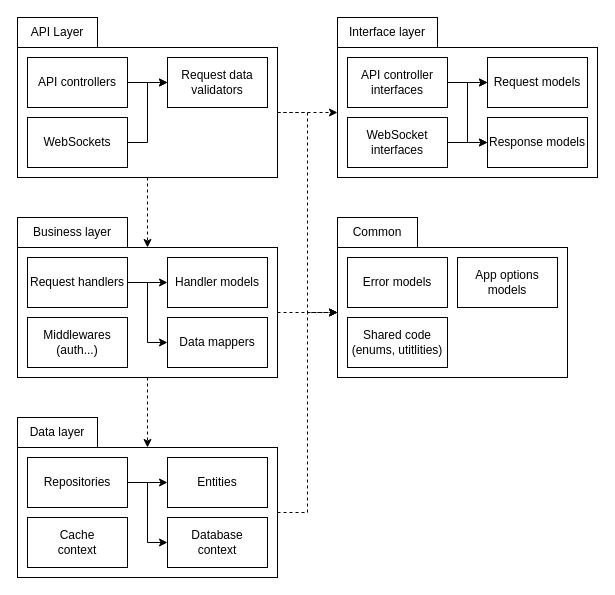
This is doc/design/server_architecture.drawio from Revarin/dp24-milapp-perina, a draw.io file, before an edit. Source tidied: cells renumbered, new cells numbered last; positions are measured from the earlier drawing's top-left corner, leaving out a move shared by most shapes. Both pictures are drawn from the tidied source at 100%, with x=0, y=0 at pixel (17, 17).
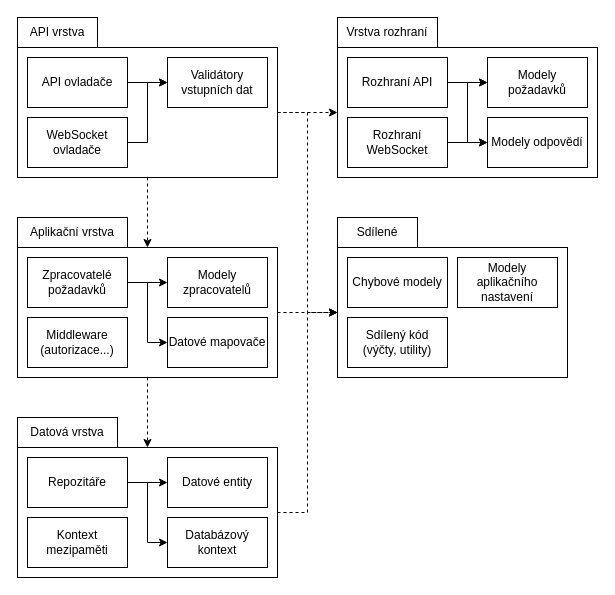
After the change.

What changed in the source:
```diff
@@
-    <mxCell id="2" value="API Layer" style="rounded=0;whiteSpace=wrap;html=1;" parent="1" vertex="1">
+    <mxCell id="2" value="API vrstva" style="rounded=0;whiteSpace=wrap;html=1;" parent="1" vertex="1">
       <mxGeometry width="80" height="30" as="geometry" />
     </mxCell>
@@
-    <mxCell id="8" value="API controllers" style="rounded=0;whiteSpace=wrap;html=1;" parent="1" vertex="1">
+    <mxCell id="8" value="API ovladače" style="rounded=0;whiteSpace=wrap;html=1;" parent="1" vertex="1">
       <mxGeometry x="10" y="40" width="100" height="50" as="geometry" />
     </mxCell>
@@
-    <mxCell id="10" value="WebSockets" style="rounded=0;whiteSpace=wrap;html=1;" parent="1" vertex="1">
+    <mxCell id="10" value="WebSocket ovladače" style="rounded=0;whiteSpace=wrap;html=1;" parent="1" vertex="1">
       <mxGeometry x="10" y="100" width="100" height="50" as="geometry" />
     </mxCell>
-    <mxCell id="11" value="Request data validators" style="rounded=0;whiteSpace=wrap;html=1;" parent="1" vertex="1">
+    <mxCell id="11" value="Validátory vstupních dat" style="rounded=0;whiteSpace=wrap;html=1;" parent="1" vertex="1">
       <mxGeometry x="150" y="40" width="100" height="50" as="geometry" />
     </mxCell>
-    <mxCell id="12" value="Business layer" style="rounded=0;whiteSpace=wrap;html=1;" parent="1" vertex="1">
+    <mxCell id="12" value="Aplikační vrstva" style="rounded=0;whiteSpace=wrap;html=1;" parent="1" vertex="1">
       <mxGeometry y="200" width="110" height="30" as="geometry" />
     </mxCell>
@@
-    <mxCell id="18" value="Request handlers" style="rounded=0;whiteSpace=wrap;html=1;" parent="1" vertex="1">
+    <mxCell id="18" value="Zpracovatelé požadavků" style="rounded=0;whiteSpace=wrap;html=1;" parent="1" vertex="1">
       <mxGeometry x="10" y="240" width="100" height="50" as="geometry" />
     </mxCell>
-    <mxCell id="19" value="Handler models" style="rounded=0;whiteSpace=wrap;html=1;" parent="1" vertex="1">
+    <mxCell id="19" value="Modely zpracovatelů" style="rounded=0;whiteSpace=wrap;html=1;" parent="1" vertex="1">
       <mxGeometry x="150" y="240" width="100" height="50" as="geometry" />
     </mxCell>
-    <mxCell id="20" value="Data mappers" style="rounded=0;whiteSpace=wrap;html=1;" parent="1" vertex="1">
+    <mxCell id="20" value="Datové mapovače" style="rounded=0;whiteSpace=wrap;html=1;" parent="1" vertex="1">
       <mxGeometry x="150" y="300" width="100" height="50" as="geometry" />
     </mxCell>
-    <mxCell id="21" value="Middlewares&lt;br&gt;(auth...)" style="rounded=0;whiteSpace=wrap;html=1;" parent="1" vertex="1">
+    <mxCell id="21" value="Middleware&lt;br&gt;(autorizace...)" style="rounded=0;whiteSpace=wrap;html=1;" parent="1" vertex="1">
       <mxGeometry x="10" y="300" width="100" height="50" as="geometry" />
     </mxCell>
-    <mxCell id="22" value="Data layer" style="rounded=0;whiteSpace=wrap;html=1;" parent="1" vertex="1">
-      <mxGeometry y="400" width="80" height="30" as="geometry" />
+    <mxCell id="22" value="Datová vrstva" style="rounded=0;whiteSpace=wrap;html=1;" parent="1" vertex="1">
+      <mxGeometry y="400" width="100" height="30" as="geometry" />
     </mxCell>
@@
-    <mxCell id="27" value="Repositories" style="rounded=0;whiteSpace=wrap;html=1;" parent="1" vertex="1">
+    <mxCell id="27" value="Repozitáře" style="rounded=0;whiteSpace=wrap;html=1;" parent="1" vertex="1">
       <mxGeometry x="10" y="440" width="100" height="50" as="geometry" />
     </mxCell>
-    <mxCell id="28" value="Entities" style="rounded=0;whiteSpace=wrap;html=1;" parent="1" vertex="1">
+    <mxCell id="28" value="Datové entity" style="rounded=0;whiteSpace=wrap;html=1;" parent="1" vertex="1">
       <mxGeometry x="150" y="440" width="100" height="50" as="geometry" />
     </mxCell>
-    <mxCell id="29" value="Database&lt;br&gt;context" style="rounded=0;whiteSpace=wrap;html=1;" parent="1" vertex="1">
+    <mxCell id="29" value="Databázový kontext" style="rounded=0;whiteSpace=wrap;html=1;" parent="1" vertex="1">
       <mxGeometry x="150" y="500" width="100" height="50" as="geometry" />
     </mxCell>
-    <mxCell id="30" value="Cache&lt;br&gt;context" style="rounded=0;whiteSpace=wrap;html=1;" parent="1" vertex="1">
+    <mxCell id="30" value="Kontext mezipaměti" style="rounded=0;whiteSpace=wrap;html=1;" parent="1" vertex="1">
       <mxGeometry x="10" y="500" width="100" height="50" as="geometry" />
     </mxCell>
-    <mxCell id="31" value="Interface layer" style="rounded=0;whiteSpace=wrap;html=1;" parent="1" vertex="1">
+    <mxCell id="31" value="Vrstva rozhraní" style="rounded=0;whiteSpace=wrap;html=1;" parent="1" vertex="1">
       <mxGeometry x="320" width="100" height="30" as="geometry" />
     </mxCell>
@@
-    <mxCell id="35" value="API controller interfaces" style="rounded=0;whiteSpace=wrap;html=1;" parent="1" vertex="1">
+    <mxCell id="35" value="Rozhraní API" style="rounded=0;whiteSpace=wrap;html=1;" parent="1" vertex="1">
       <mxGeometry x="330" y="40" width="100" height="50" as="geometry" />
     </mxCell>
@@
-    <mxCell id="38" value="WebSocket interfaces" style="rounded=0;whiteSpace=wrap;html=1;" parent="1" vertex="1">
+    <mxCell id="38" value="Rozhraní WebSocket" style="rounded=0;whiteSpace=wrap;html=1;" parent="1" vertex="1">
       <mxGeometry x="330" y="100" width="100" height="50" as="geometry" />
     </mxCell>
-    <mxCell id="39" value="Request models" style="rounded=0;whiteSpace=wrap;html=1;" parent="1" vertex="1">
+    <mxCell id="39" value="Modely požadavků" style="rounded=0;whiteSpace=wrap;html=1;" parent="1" vertex="1">
       <mxGeometry x="470" y="40" width="100" height="50" as="geometry" />
     </mxCell>
-    <mxCell id="40" value="Response models" style="rounded=0;whiteSpace=wrap;html=1;" parent="1" vertex="1">
+    <mxCell id="40" value="Modely odpovědí" style="rounded=0;whiteSpace=wrap;html=1;" parent="1" vertex="1">
       <mxGeometry x="470" y="100" width="100" height="50" as="geometry" />
     </mxCell>
-    <mxCell id="41" value="Common" style="rounded=0;whiteSpace=wrap;html=1;" parent="1" vertex="1">
+    <mxCell id="41" value="Sdílené" style="rounded=0;whiteSpace=wrap;html=1;" parent="1" vertex="1">
       <mxGeometry x="320" y="200" width="80" height="30" as="geometry" />
     </mxCell>
@@
-    <mxCell id="43" value="Error models" style="rounded=0;whiteSpace=wrap;html=1;" parent="1" vertex="1">
+    <mxCell id="43" value="Chybové modely" style="rounded=0;whiteSpace=wrap;html=1;" parent="1" vertex="1">
       <mxGeometry x="330" y="240" width="100" height="50" as="geometry" />
     </mxCell>
-    <mxCell id="44" value="App options models" style="rounded=0;whiteSpace=wrap;html=1;" parent="1" vertex="1">
+    <mxCell id="44" value="Modely aplikačního nastavení" style="rounded=0;whiteSpace=wrap;html=1;" parent="1" vertex="1">
       <mxGeometry x="440" y="240" width="100" height="50" as="geometry" />
     </mxCell>
-    <mxCell id="45" value="Shared code (enums, utitlities)" style="rounded=0;whiteSpace=wrap;html=1;" parent="1" vertex="1">
+    <mxCell id="45" value="Sdílený kód (výčty, utility)" style="rounded=0;whiteSpace=wrap;html=1;" parent="1" vertex="1">
       <mxGeometry x="330" y="300" width="100" height="50" as="geometry" />
     </mxCell>
```
